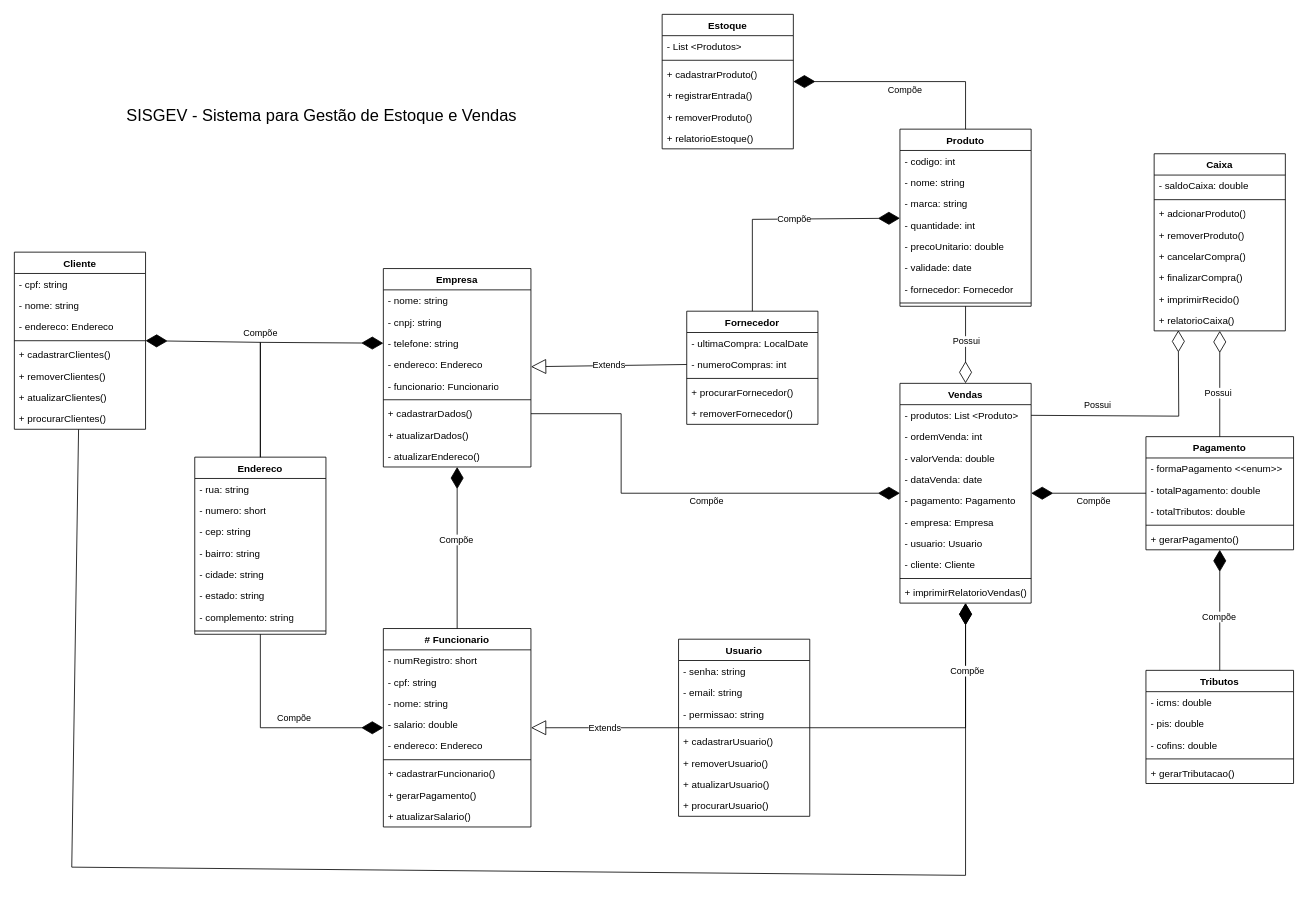
igormanoels/SISGEV keeps this draw.io diagram as Diagrama/1.0.0/Diagrama de Classes - SISGEV.drawio. Above is the earlier version. Source tidied: cells renumbered, new cells numbered last; positions are measured from the earlier drawing's top-left corner, leaving out a move shared by most shapes. Both pictures are drawn from the tidied source at 82%, with x=0, y=0 at pixel (14, 14).
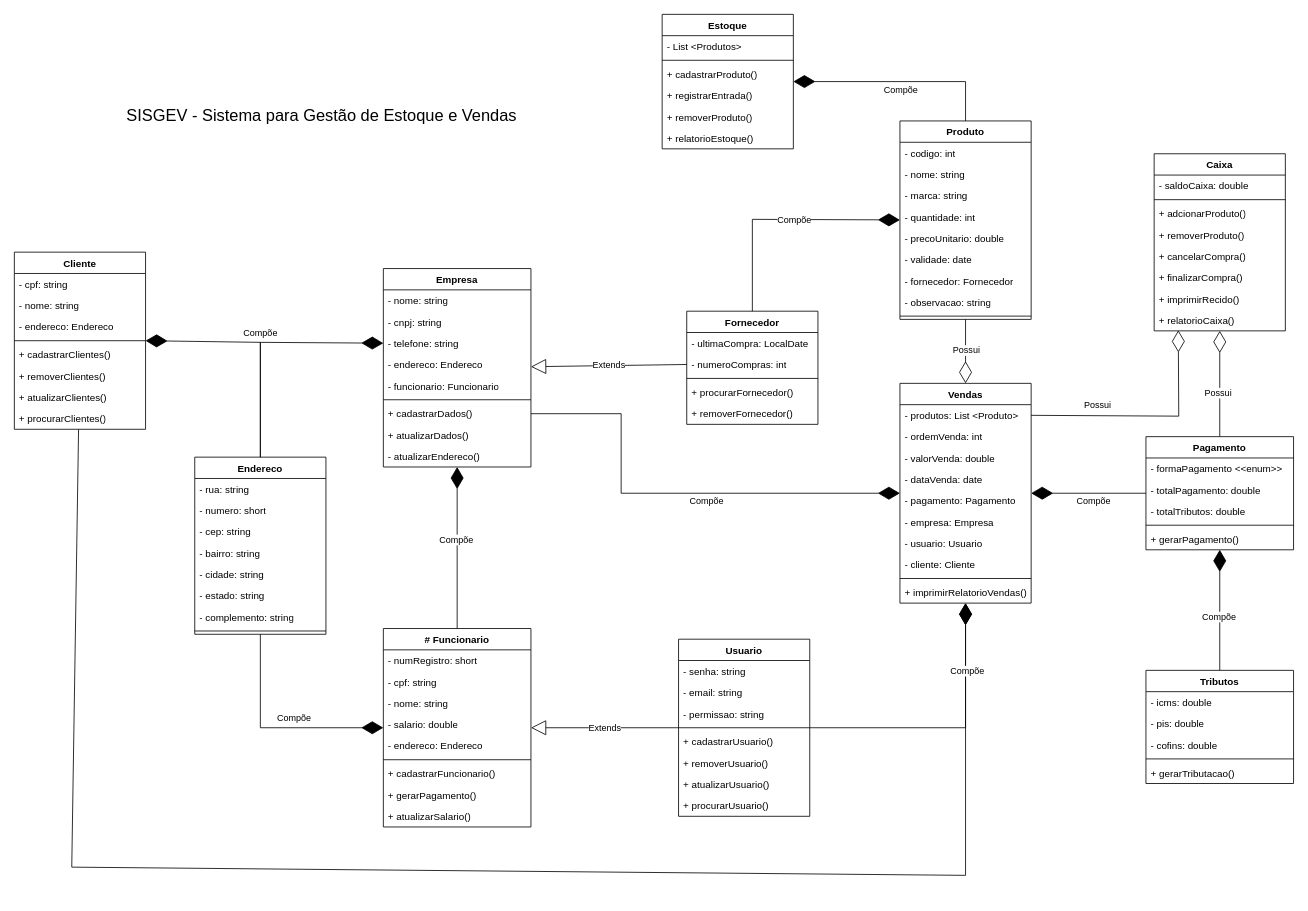
Above is the later version.

Change to the diagram source:
```diff
@@
     <mxCell id="2" value="Produto" style="swimlane;fontStyle=1;align=center;verticalAlign=top;horizontal=1;startSize=26;whiteSpace=wrap;html=1;" parent="1" vertex="1">
-      <mxGeometry x="1080" y="140" width="160" height="216" as="geometry" />
+      <mxGeometry x="1080" y="130" width="160" height="242" as="geometry" />
     </mxCell>
@@
+    <mxCell id="134" value="- observacao: string" style="text;strokeColor=none;fillColor=none;align=left;verticalAlign=top;spacingLeft=4;spacingRight=4;overflow=hidden;whiteSpace=wrap;html=1;" parent="2" vertex="1">
+      <mxGeometry y="208" width="160" height="26" as="geometry" />
+    </mxCell>
     <mxCell id="10" style="line;strokeWidth=1;fillColor=none;align=left;verticalAlign=middle;spacingTop=-1;spacingLeft=3;spacingRight=3;labelPosition=right;strokeColor=inherit;" parent="2" vertex="1">
-      <mxGeometry y="208" width="160" height="8" as="geometry" />
+      <mxGeometry y="234" width="160" height="8" as="geometry" />
     </mxCell>
```
